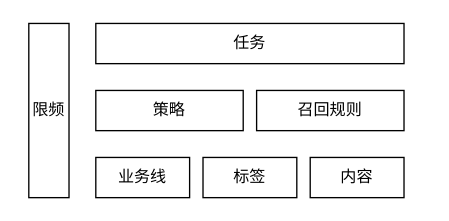
Earlier version of the draw.io diagram page "业务模块" (3 of 4) of 召回系统-业务架构.drawio (ABIN-DS/flowchart). Source tidied: cells renumbered, new cells numbered last; positions are measured from the earlier drawing's top-left corner, leaving out a move shared by most shapes. Both pictures are drawn from the tidied source at 134%, with x=0, y=0 at pixel (28, 23).
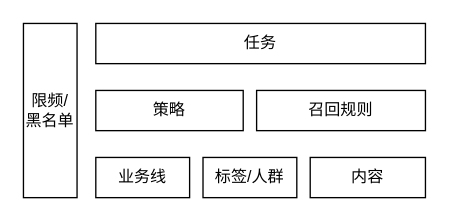
The same page after the edit.

The edit, as a diff of the source:
```diff
@@
 <mxGraphModel>
   <root>
     <mxCell id="0" />
     <mxCell id="1" parent="0" />
     <mxCell id="2" value="业务线" style="rounded=0;whiteSpace=wrap;html=1;" parent="1" vertex="1">
       <mxGeometry x="50" y="100" width="70" height="30" as="geometry" />
     </mxCell>
-    <mxCell id="3" value="标签" style="rounded=0;whiteSpace=wrap;html=1;" parent="1" vertex="1">
+    <mxCell id="3" value="标签/人群" style="rounded=0;whiteSpace=wrap;html=1;" parent="1" vertex="1">
       <mxGeometry x="130" y="100" width="70" height="30" as="geometry" />
     </mxCell>
     <mxCell id="4" value="内容" style="rounded=0;whiteSpace=wrap;html=1;" parent="1" vertex="1">
-      <mxGeometry x="210" y="100" width="70" height="30" as="geometry" />
+      <mxGeometry x="210" y="100" width="86" height="30" as="geometry" />
     </mxCell>
     <mxCell id="5" value="召回规则" style="rounded=0;whiteSpace=wrap;html=1;" parent="1" vertex="1">
-      <mxGeometry x="170" y="50" width="110" height="30" as="geometry" />
+      <mxGeometry x="170" y="50" width="126" height="30" as="geometry" />
     </mxCell>
     <mxCell id="6" value="策略" style="rounded=0;whiteSpace=wrap;html=1;" parent="1" vertex="1">
       <mxGeometry x="50" y="50" width="110" height="30" as="geometry" />
     </mxCell>
     <mxCell id="7" value="任务" style="rounded=0;whiteSpace=wrap;html=1;" parent="1" vertex="1">
-      <mxGeometry x="50" width="230" height="30" as="geometry" />
+      <mxGeometry x="50" width="246" height="30" as="geometry" />
     </mxCell>
-    <mxCell id="8" value="限频" style="rounded=0;whiteSpace=wrap;html=1;" parent="1" vertex="1">
-      <mxGeometry width="30" height="130" as="geometry" />
+    <mxCell id="8" value="限频/黑名单" style="rounded=0;whiteSpace=wrap;html=1;" parent="1" vertex="1">
+      <mxGeometry x="-4" width="40" height="130" as="geometry" />
     </mxCell>
   </root>
 </mxGraphModel>
```
